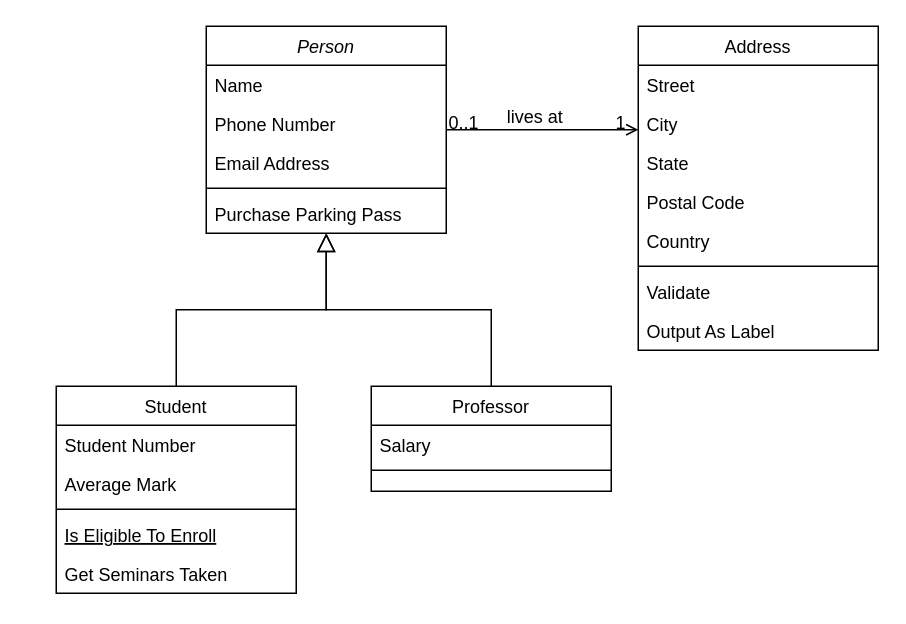
Above: tpSolidUML.drawio in joacodores/unq-po2-dores (draw.io), before the change. Source tidied: cells renumbered, new cells numbered last; positions are measured from the earlier drawing's top-left corner, leaving out a move shared by most shapes. Both pictures are drawn from the tidied source at 150%, with x=0, y=0 at pixel (56, 26).
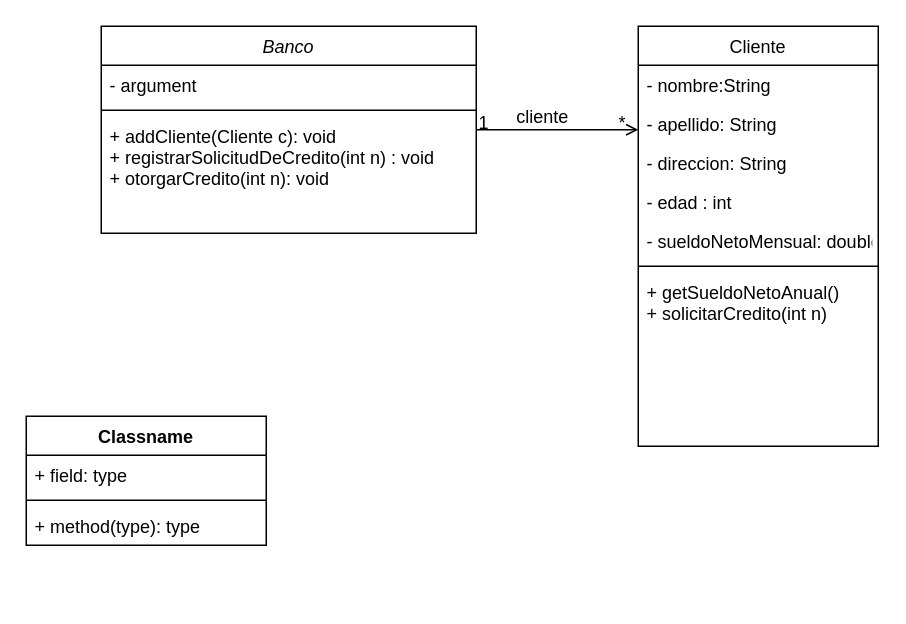
Above is the later version.

Unchanged cells that the change refers to:
```xml
<mxCell id="28" style="endArrow=open;shadow=0;strokeWidth=1;rounded=0;curved=0;endFill=1;edgeStyle=elbowEdgeStyle;elbow=vertical;" parent="1" edge="1" source="2" target="19">
  <mxGeometry x="0.5" y="41" relative="1" as="geometry">
    <mxPoint x="-40" y="32" as="offset" />
  </mxGeometry>
</mxCell>
```

What changed in the source:
```diff
@@
-    <mxCell id="2" value="Person" style="swimlane;fontStyle=2;align=center;verticalAlign=top;horizontal=1;startSize=26;rounded=0;shadow=0;strokeWidth=1;" parent="1" vertex="1">
-      <mxGeometry x="100" width="160" height="138" as="geometry" />
+    <mxCell id="2" value="Banco" style="swimlane;fontStyle=2;align=center;verticalAlign=top;horizontal=1;startSize=26;rounded=0;shadow=0;strokeWidth=1;" parent="1" vertex="1">
+      <mxGeometry x="30" width="250" height="138" as="geometry" />
     </mxCell>
-    <mxCell id="3" value="Name" style="text;align=left;verticalAlign=top;spacingLeft=4;spacingRight=4;overflow=hidden;" parent="2" vertex="1">
-      <mxGeometry y="26" width="160" height="26" as="geometry" />
-    </mxCell>
-    <mxCell id="4" value="Phone Number" style="text;align=left;verticalAlign=top;spacingLeft=4;spacingRight=4;overflow=hidden;rounded=0;shadow=0;html=0;" parent="2" vertex="1">
-      <mxGeometry y="52" width="160" height="26" as="geometry" />
-    </mxCell>
-    <mxCell id="5" value="Email Address" style="text;align=left;verticalAlign=top;spacingLeft=4;spacingRight=4;overflow=hidden;rounded=0;shadow=0;html=0;" parent="2" vertex="1">
-      <mxGeometry y="78" width="160" height="26" as="geometry" />
+    <mxCell id="5" value="- argument" style="text;align=left;verticalAlign=top;spacingLeft=4;spacingRight=4;overflow=hidden;rounded=0;shadow=0;html=0;" parent="2" vertex="1">
+      <mxGeometry y="26" width="250" height="26" as="geometry" />
     </mxCell>
     <mxCell id="6" style="line;html=1;strokeWidth=1;align=left;verticalAlign=middle;spacingTop=-1;spacingLeft=3;spacingRight=3;labelPosition=right;" parent="2" vertex="1">
-      <mxGeometry y="104" width="160" height="8" as="geometry" />
+      <mxGeometry y="52" width="250" height="8" as="geometry" />
     </mxCell>
-    <mxCell id="7" value="Purchase Parking Pass" style="text;align=left;verticalAlign=top;spacingLeft=4;spacingRight=4;overflow=hidden;" parent="2" vertex="1">
-      <mxGeometry y="112" width="160" height="26" as="geometry" />
+    <mxCell id="7" value="+ addCliente(Cliente c): void&#10;+ registrarSolicitudDeCredito(int n) : void&#10;+ otorgarCredito(int n): void&#10;" style="text;align=left;verticalAlign=top;spacingLeft=4;spacingRight=4;overflow=hidden;" parent="2" vertex="1">
+      <mxGeometry y="60" width="250" height="70" as="geometry" />
     </mxCell>
-    <mxCell id="8" value="Student" style="swimlane;fontStyle=0;align=center;verticalAlign=top;horizontal=1;startSize=26;rounded=0;shadow=0;strokeWidth=1;" parent="1" vertex="1">
-      <mxGeometry y="240" width="160" height="138" as="geometry" />
-    </mxCell>
-    <mxCell id="9" value="Student Number" style="text;align=left;verticalAlign=top;spacingLeft=4;spacingRight=4;overflow=hidden;" parent="8" vertex="1">
-      <mxGeometry y="26" width="160" height="26" as="geometry" />
-    </mxCell>
-    <mxCell id="10" value="Average Mark" style="text;align=left;verticalAlign=top;spacingLeft=4;spacingRight=4;overflow=hidden;rounded=0;shadow=0;html=0;" parent="8" vertex="1">
-      <mxGeometry y="52" width="160" height="26" as="geometry" />
-    </mxCell>
-    <mxCell id="11" style="line;html=1;strokeWidth=1;align=left;verticalAlign=middle;spacingTop=-1;spacingLeft=3;spacingRight=3;labelPosition=right;" parent="8" vertex="1">
-      <mxGeometry y="78" width="160" height="8" as="geometry" />
-    </mxCell>
-    <mxCell id="12" value="Is Eligible To Enroll" style="text;align=left;verticalAlign=top;spacingLeft=4;spacingRight=4;overflow=hidden;fontStyle=4;" parent="8" vertex="1">
-      <mxGeometry y="86" width="160" height="26" as="geometry" />
-    </mxCell>
-    <mxCell id="13" value="Get Seminars Taken" style="text;align=left;verticalAlign=top;spacingLeft=4;spacingRight=4;overflow=hidden;" parent="8" vertex="1">
-      <mxGeometry y="112" width="160" height="26" as="geometry" />
-    </mxCell>
-    <mxCell id="14" style="endArrow=block;endSize=10;endFill=0;shadow=0;strokeWidth=1;rounded=0;curved=0;edgeStyle=elbowEdgeStyle;elbow=vertical;" parent="1" edge="1" source="8" target="2">
-      <mxGeometry relative="1" as="geometry" />
-    </mxCell>
-    <mxCell id="15" value="Professor" style="swimlane;fontStyle=0;align=center;verticalAlign=top;horizontal=1;startSize=26;rounded=0;shadow=0;strokeWidth=1;" parent="1" vertex="1">
-      <mxGeometry x="210" y="240" width="160" height="70" as="geometry" />
-    </mxCell>
-    <mxCell id="16" value="Salary" style="text;align=left;verticalAlign=top;spacingLeft=4;spacingRight=4;overflow=hidden;" parent="15" vertex="1">
-      <mxGeometry y="26" width="160" height="26" as="geometry" />
-    </mxCell>
-    <mxCell id="17" style="line;html=1;strokeWidth=1;align=left;verticalAlign=middle;spacingTop=-1;spacingLeft=3;spacingRight=3;labelPosition=right;" parent="15" vertex="1">
-      <mxGeometry y="52" width="160" height="8" as="geometry" />
-    </mxCell>
-    <mxCell id="18" style="endArrow=block;endSize=10;endFill=0;shadow=0;strokeWidth=1;rounded=0;curved=0;edgeStyle=elbowEdgeStyle;elbow=vertical;" parent="1" edge="1" source="15" target="2">
-      <mxGeometry relative="1" as="geometry" />
-    </mxCell>
-    <mxCell id="19" value="Address" style="swimlane;fontStyle=0;align=center;verticalAlign=top;horizontal=1;startSize=26;rounded=0;shadow=0;strokeWidth=1;" parent="1" vertex="1">
-      <mxGeometry x="388" width="160" height="216" as="geometry" />
+    <mxCell id="19" value="Cliente" style="swimlane;fontStyle=0;align=center;verticalAlign=top;horizontal=1;startSize=26;rounded=0;shadow=0;strokeWidth=1;" parent="1" vertex="1">
+      <mxGeometry x="388" width="160" height="280" as="geometry" />
     </mxCell>
-    <mxCell id="20" value="Street" style="text;align=left;verticalAlign=top;spacingLeft=4;spacingRight=4;overflow=hidden;" parent="19" vertex="1">
+    <mxCell id="20" value="- nombre:String" style="text;align=left;verticalAlign=top;spacingLeft=4;spacingRight=4;overflow=hidden;" parent="19" vertex="1">
       <mxGeometry y="26" width="160" height="26" as="geometry" />
     </mxCell>
-    <mxCell id="21" value="City" style="text;align=left;verticalAlign=top;spacingLeft=4;spacingRight=4;overflow=hidden;rounded=0;shadow=0;html=0;" parent="19" vertex="1">
+    <mxCell id="21" value="- apellido: String" style="text;align=left;verticalAlign=top;spacingLeft=4;spacingRight=4;overflow=hidden;rounded=0;shadow=0;html=0;" parent="19" vertex="1">
       <mxGeometry y="52" width="160" height="26" as="geometry" />
     </mxCell>
-    <mxCell id="22" value="State" style="text;align=left;verticalAlign=top;spacingLeft=4;spacingRight=4;overflow=hidden;rounded=0;shadow=0;html=0;" parent="19" vertex="1">
+    <mxCell id="22" value="- direccion: String" style="text;align=left;verticalAlign=top;spacingLeft=4;spacingRight=4;overflow=hidden;rounded=0;shadow=0;html=0;" parent="19" vertex="1">
       <mxGeometry y="78" width="160" height="26" as="geometry" />
     </mxCell>
-    <mxCell id="23" value="Postal Code" style="text;align=left;verticalAlign=top;spacingLeft=4;spacingRight=4;overflow=hidden;rounded=0;shadow=0;html=0;" parent="19" vertex="1">
+    <mxCell id="23" value="- edad : int" style="text;align=left;verticalAlign=top;spacingLeft=4;spacingRight=4;overflow=hidden;rounded=0;shadow=0;html=0;" parent="19" vertex="1">
       <mxGeometry y="104" width="160" height="26" as="geometry" />
     </mxCell>
-    <mxCell id="24" value="Country" style="text;align=left;verticalAlign=top;spacingLeft=4;spacingRight=4;overflow=hidden;rounded=0;shadow=0;html=0;" parent="19" vertex="1">
+    <mxCell id="24" value="- sueldoNetoMensual: double" style="text;align=left;verticalAlign=top;spacingLeft=4;spacingRight=4;overflow=hidden;rounded=0;shadow=0;html=0;" parent="19" vertex="1">
       <mxGeometry y="130" width="160" height="26" as="geometry" />
     </mxCell>
@@
-    <mxCell id="26" value="Validate" style="text;align=left;verticalAlign=top;spacingLeft=4;spacingRight=4;overflow=hidden;" parent="19" vertex="1">
-      <mxGeometry y="164" width="160" height="26" as="geometry" />
+    <mxCell id="26" value="+ getSueldoNetoAnual()&#10;+ solicitarCredito(int n)" style="text;align=left;verticalAlign=top;spacingLeft=4;spacingRight=4;overflow=hidden;" parent="19" vertex="1">
+      <mxGeometry y="164" width="160" height="66" as="geometry" />
     </mxCell>
-    <mxCell id="27" value="Output As Label" style="text;align=left;verticalAlign=top;spacingLeft=4;spacingRight=4;overflow=hidden;" parent="19" vertex="1">
-      <mxGeometry y="190" width="160" height="26" as="geometry" />
-    </mxCell>
@@
-    <mxCell id="29" value="0..1" style="align=left;verticalAlign=bottom;labelBackgroundColor=none;fontSize=12;" parent="28" vertex="1">
+    <mxCell id="29" value="1" style="align=left;verticalAlign=bottom;labelBackgroundColor=none;fontSize=12;" parent="28" vertex="1">
       <mxGeometry x="-1" relative="1" as="geometry">
         <mxPoint y="4" as="offset" />
       </mxGeometry>
     </mxCell>
-    <mxCell id="30" value="1" style="align=right;verticalAlign=bottom;labelBackgroundColor=none;fontSize=12;" parent="28" vertex="1">
+    <mxCell id="30" value="*" style="align=right;verticalAlign=bottom;labelBackgroundColor=none;fontSize=12;" parent="28" vertex="1">
       <mxGeometry x="1" relative="1" as="geometry">
         <mxPoint x="-7" y="4" as="offset" />
       </mxGeometry>
     </mxCell>
-    <mxCell id="31" value="lives at" style="text;html=1;align=center;verticalAlign=middle;labelBackgroundColor=none;rounded=0;shadow=0;strokeWidth=1;fontSize=12;" parent="28" vertex="1">
+    <mxCell id="31" value="cliente" style="text;html=1;align=center;verticalAlign=middle;labelBackgroundColor=none;rounded=0;shadow=0;strokeWidth=1;fontSize=12;" parent="28" vertex="1">
       <mxGeometry x="0.5" y="49" relative="1" as="geometry">
         <mxPoint x="-38" y="40" as="offset" />
       </mxGeometry>
     </mxCell>
+    <mxCell id="32" value="Classname" style="swimlane;fontStyle=1;align=center;verticalAlign=top;horizontal=1;startSize=26;whiteSpace=wrap;html=1;" parent="1" vertex="1">
+      <mxGeometry x="-20" y="260" width="160" height="86" as="geometry" />
+    </mxCell>
+    <mxCell id="33" value="+ field: type" style="text;strokeColor=none;fillColor=none;align=left;verticalAlign=top;spacingLeft=4;spacingRight=4;overflow=hidden;whiteSpace=wrap;html=1;" parent="32" vertex="1">
+      <mxGeometry y="26" width="160" height="26" as="geometry" />
+    </mxCell>
+    <mxCell id="34" style="line;strokeWidth=1;fillColor=none;align=left;verticalAlign=middle;spacingTop=-1;spacingLeft=3;spacingRight=3;labelPosition=right;strokeColor=inherit;" parent="32" vertex="1">
+      <mxGeometry y="52" width="160" height="8" as="geometry" />
+    </mxCell>
+    <mxCell id="35" value="+ method(type): type" style="text;strokeColor=none;fillColor=none;align=left;verticalAlign=top;spacingLeft=4;spacingRight=4;overflow=hidden;whiteSpace=wrap;html=1;" parent="32" vertex="1">
+      <mxGeometry y="60" width="160" height="26" as="geometry" />
+    </mxCell>
```
